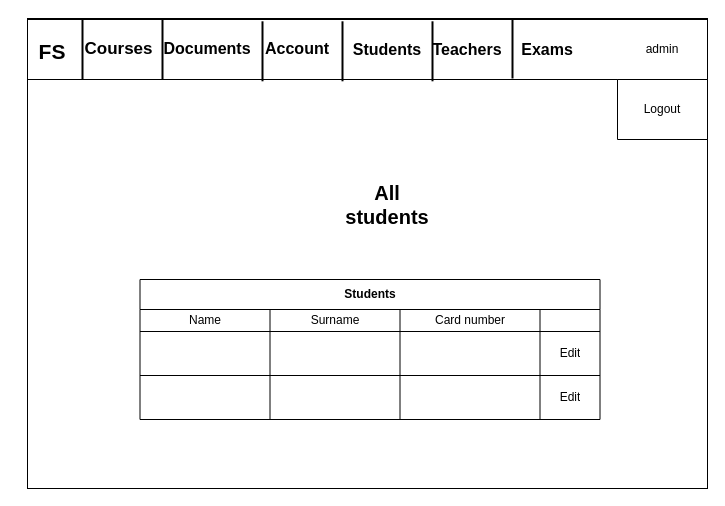
Earlier version of the draw.io diagram EObrazivanjeProjekat/Wireframes/adminHomePage.drawio (milankrunic/EObrazovanjeProjekat2021). Source tidied: cells renumbered, new cells numbered last; positions are measured from the earlier drawing's top-left corner, leaving out a move shared by most shapes. Both pictures are drawn from the tidied source at 100%, with x=0, y=0 at pixel (17, 18).
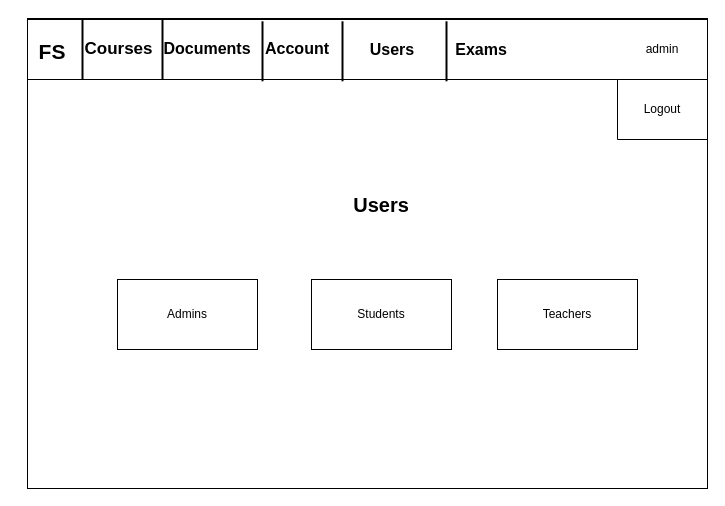
The same page after the edit.

Commit message (it also covers changes not shown here):
Admin wireframes

What changed in the source:
```diff
@@
-    <mxCell id="13" value="&lt;b style=&quot;font-size: 16px&quot;&gt;Students&lt;/b&gt;" style="text;html=1;strokeColor=none;fillColor=none;align=center;verticalAlign=middle;whiteSpace=wrap;rounded=0;" parent="1" vertex="1">
-      <mxGeometry x="340" y="20.5" width="60" height="20" as="geometry" />
-    </mxCell>
-    <mxCell id="14" value="&lt;b style=&quot;font-size: 16px&quot;&gt;Teachers&lt;/b&gt;" style="text;html=1;strokeColor=none;fillColor=none;align=center;verticalAlign=middle;whiteSpace=wrap;rounded=0;" parent="1" vertex="1">
-      <mxGeometry x="420" y="21" width="60" height="20" as="geometry" />
-    </mxCell>
     <mxCell id="15" value="&lt;b style=&quot;font-size: 16px&quot;&gt;Exams&lt;/b&gt;" style="text;html=1;strokeColor=none;fillColor=none;align=center;verticalAlign=middle;whiteSpace=wrap;rounded=0;" parent="1" vertex="1">
-      <mxGeometry x="500" y="21" width="60" height="20" as="geometry" />
+      <mxGeometry x="434" y="21" width="60" height="20" as="geometry" />
     </mxCell>
@@
-    <mxCell id="20" style="line;strokeWidth=2;direction=south;html=1;" parent="1" vertex="1">
-      <mxGeometry x="410" y="2.8" width="10" height="60" as="geometry" />
-    </mxCell>
     <mxCell id="21" style="line;strokeWidth=2;direction=south;html=1;" parent="1" vertex="1">
-      <mxGeometry x="490" width="10" height="60" as="geometry" />
+      <mxGeometry x="424" y="2.8" width="10" height="60" as="geometry" />
     </mxCell>
-    <mxCell id="22" value="Students" style="shape=table;html=1;whiteSpace=wrap;startSize=30;childLayout=tableLayout;fontStyle=1;align=center;direction=east;" parent="1" vertex="1">
-      <mxGeometry x="122.5" y="261" width="460" height="140" as="geometry" />
-    </mxCell>
-    <mxCell id="23" style="shape=partialRectangle;html=1;whiteSpace=wrap;fillColor=none;top=0;left=0;bottom=0;right=0;" parent="22" vertex="1">
-      <mxGeometry y="30" width="460" height="22" as="geometry" />
-    </mxCell>
-    <mxCell id="24" value="Name" style="shape=partialRectangle;html=1;whiteSpace=wrap;fillColor=none;top=0;left=0;bottom=0;right=0;overflow=hidden;" parent="23" vertex="1">
-      <mxGeometry width="130" height="22" as="geometry" />
-    </mxCell>
-    <mxCell id="25" value="Surname" style="shape=partialRectangle;html=1;whiteSpace=wrap;fillColor=none;top=0;left=0;bottom=0;right=0;overflow=hidden;" parent="23" vertex="1">
-      <mxGeometry x="130" width="130" height="22" as="geometry" />
-    </mxCell>
-    <mxCell id="26" value="Card number" style="shape=partialRectangle;html=1;whiteSpace=wrap;fillColor=none;top=0;left=0;bottom=0;right=0;overflow=hidden;" parent="23" vertex="1">
-      <mxGeometry x="260" width="140" height="22" as="geometry" />
-    </mxCell>
-    <mxCell id="27" style="shape=partialRectangle;html=1;whiteSpace=wrap;fillColor=none;top=0;left=0;bottom=0;right=0;overflow=hidden;" parent="23" vertex="1">
-      <mxGeometry x="400" width="60" height="22" as="geometry" />
-    </mxCell>
-    <mxCell id="28" style="shape=partialRectangle;html=1;whiteSpace=wrap;fillColor=none;top=0;left=0;bottom=0;right=0;" parent="22" vertex="1">
-      <mxGeometry y="52" width="460" height="44" as="geometry" />
-    </mxCell>
-    <mxCell id="29" style="shape=partialRectangle;html=1;whiteSpace=wrap;fillColor=none;top=0;left=0;bottom=0;right=0;overflow=hidden;" parent="28" vertex="1">
-      <mxGeometry width="130" height="44" as="geometry" />
-    </mxCell>
-    <mxCell id="30" style="shape=partialRectangle;html=1;whiteSpace=wrap;fillColor=none;top=0;left=0;bottom=0;right=0;overflow=hidden;" parent="28" vertex="1">
-      <mxGeometry x="130" width="130" height="44" as="geometry" />
-    </mxCell>
-    <mxCell id="31" style="shape=partialRectangle;html=1;whiteSpace=wrap;fillColor=none;top=0;left=0;bottom=0;right=0;overflow=hidden;" parent="28" vertex="1">
-      <mxGeometry x="260" width="140" height="44" as="geometry" />
-    </mxCell>
-    <mxCell id="32" value="Edit" style="shape=partialRectangle;html=1;whiteSpace=wrap;fillColor=none;top=0;left=0;bottom=0;right=0;overflow=hidden;" parent="28" vertex="1">
-      <mxGeometry x="400" width="60" height="44" as="geometry" />
-    </mxCell>
-    <mxCell id="33" style="shape=partialRectangle;html=1;whiteSpace=wrap;fillColor=none;top=0;left=0;bottom=0;right=0;" parent="22" vertex="1">
-      <mxGeometry y="96" width="460" height="44" as="geometry" />
-    </mxCell>
-    <mxCell id="34" style="shape=partialRectangle;html=1;whiteSpace=wrap;fillColor=none;top=0;left=0;bottom=0;right=0;overflow=hidden;" parent="33" vertex="1">
-      <mxGeometry width="130" height="44" as="geometry" />
-    </mxCell>
-    <mxCell id="35" style="shape=partialRectangle;html=1;whiteSpace=wrap;fillColor=none;top=0;left=0;bottom=0;right=0;overflow=hidden;" parent="33" vertex="1">
-      <mxGeometry x="130" width="130" height="44" as="geometry" />
-    </mxCell>
-    <mxCell id="36" style="shape=partialRectangle;html=1;whiteSpace=wrap;fillColor=none;top=0;left=0;bottom=0;right=0;overflow=hidden;" parent="33" vertex="1">
-      <mxGeometry x="260" width="140" height="44" as="geometry" />
-    </mxCell>
-    <mxCell id="37" value="Edit" style="shape=partialRectangle;html=1;whiteSpace=wrap;fillColor=none;top=0;left=0;bottom=0;right=0;overflow=hidden;" parent="33" vertex="1">
-      <mxGeometry x="400" width="60" height="44" as="geometry" />
-    </mxCell>
-    <mxCell id="38" value="&lt;font style=&quot;font-size: 20px&quot;&gt;&lt;b&gt;All students&lt;/b&gt;&lt;/font&gt;" style="text;html=1;strokeColor=none;fillColor=none;align=center;verticalAlign=middle;whiteSpace=wrap;rounded=0;" parent="1" vertex="1">
-      <mxGeometry x="325" y="151" width="90" height="70" as="geometry" />
+    <mxCell id="38" value="&lt;font style=&quot;font-size: 20px&quot;&gt;&lt;b&gt;Users&lt;/b&gt;&lt;/font&gt;" style="text;html=1;strokeColor=none;fillColor=none;align=center;verticalAlign=middle;whiteSpace=wrap;rounded=0;" parent="1" vertex="1">
+      <mxGeometry x="319" y="151" width="90" height="70" as="geometry" />
     </mxCell>
+    <mxCell id="39" value="Admins" style="whiteSpace=wrap;html=1;align=center;" parent="1" vertex="1">
+      <mxGeometry x="100" y="261" width="140" height="70" as="geometry" />
+    </mxCell>
+    <mxCell id="40" value="&lt;b style=&quot;font-size: 16px&quot;&gt;Users&lt;/b&gt;" style="text;html=1;strokeColor=none;fillColor=none;align=center;verticalAlign=middle;whiteSpace=wrap;rounded=0;" parent="1" vertex="1">
+      <mxGeometry x="345" y="21" width="60" height="20" as="geometry" />
+    </mxCell>
+    <mxCell id="41" value="Students" style="whiteSpace=wrap;html=1;align=center;" parent="1" vertex="1">
+      <mxGeometry x="294" y="261" width="140" height="70" as="geometry" />
+    </mxCell>
+    <mxCell id="14" value="Teachers" style="whiteSpace=wrap;html=1;align=center;" parent="1" vertex="1">
+      <mxGeometry x="480" y="261" width="140" height="70" as="geometry" />
+    </mxCell>
```
